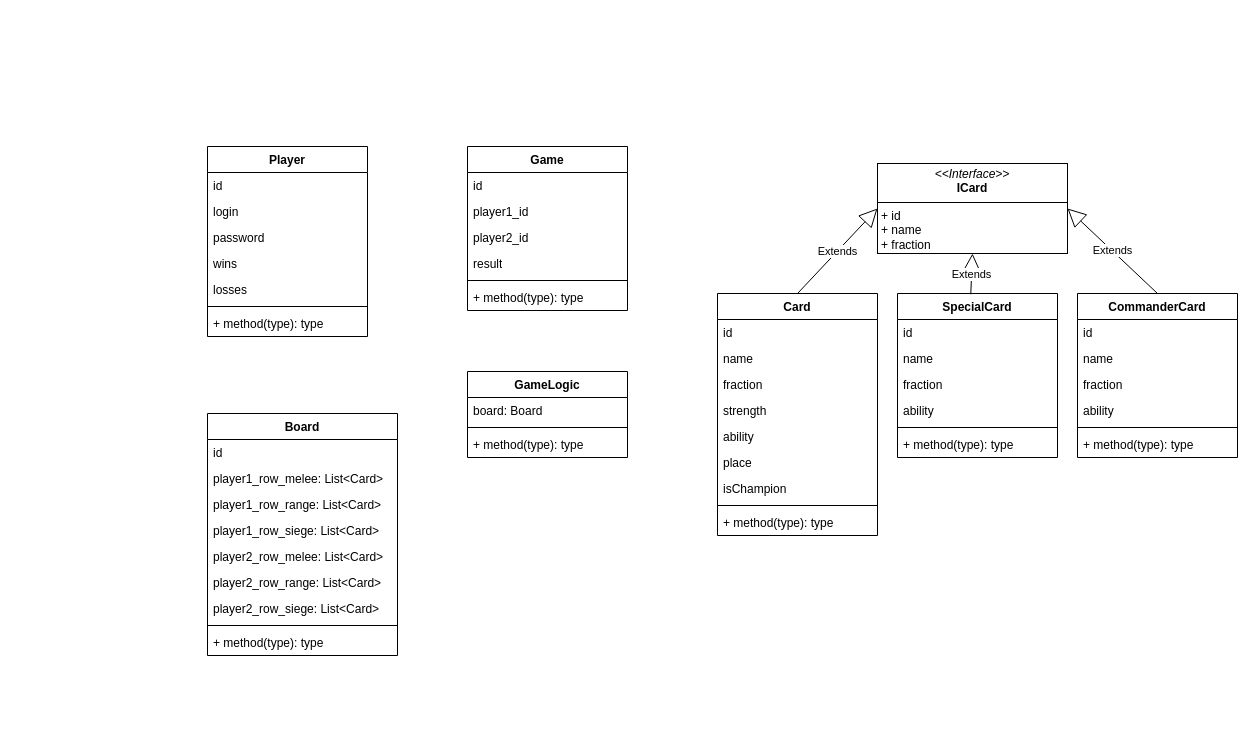
This is DiagramKlasGwint.drawio from Orangunio/Gwint, a draw.io file, before an edit. Source tidied: cells renumbered, new cells numbered last; positions are measured from the earlier drawing's top-left corner, leaving out a move shared by most shapes. Both pictures are drawn from the tidied source at 100%, with x=0, y=0 at pixel (207, 146).
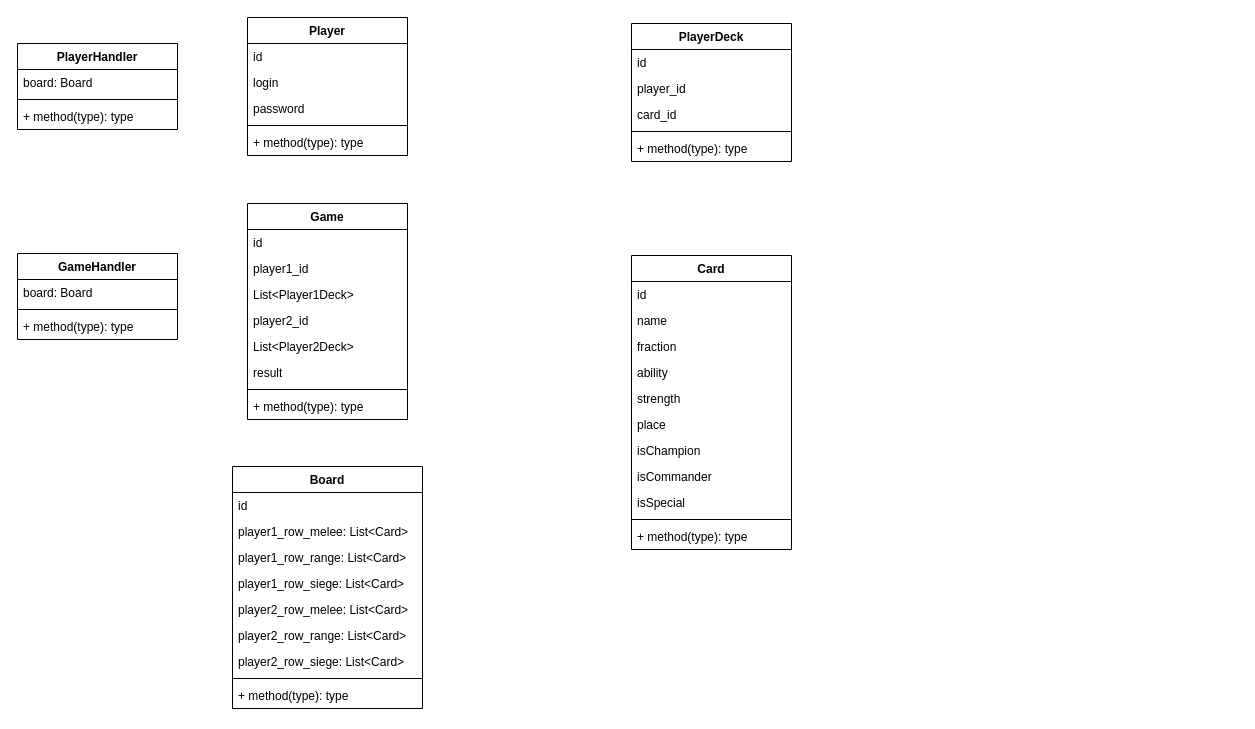
Above is the later version.

The edit, as a diff of the source:
```diff
@@
     <mxCell id="2" value="Player" style="swimlane;fontStyle=1;align=center;verticalAlign=top;horizontal=1;startSize=26;whiteSpace=wrap;html=1;" parent="1" vertex="1">
-      <mxGeometry width="160" height="190" as="geometry" />
+      <mxGeometry x="40" y="-129" width="160" height="138" as="geometry" />
     </mxCell>
@@
-    <mxCell id="6" value="wins" style="text;strokeColor=none;fillColor=none;align=left;verticalAlign=top;spacingLeft=4;spacingRight=4;overflow=hidden;whiteSpace=wrap;html=1;" parent="2" vertex="1">
-      <mxGeometry y="104" width="160" height="26" as="geometry" />
-    </mxCell>
-    <mxCell id="7" value="losses" style="text;strokeColor=none;fillColor=none;align=left;verticalAlign=top;spacingLeft=4;spacingRight=4;overflow=hidden;whiteSpace=wrap;html=1;" parent="2" vertex="1">
-      <mxGeometry y="130" width="160" height="26" as="geometry" />
-    </mxCell>
     <mxCell id="8" style="line;strokeWidth=1;fillColor=none;align=left;verticalAlign=middle;spacingTop=-1;spacingLeft=3;spacingRight=3;labelPosition=right;strokeColor=inherit;" parent="2" vertex="1">
-      <mxGeometry y="156" width="160" height="8" as="geometry" />
+      <mxGeometry y="104" width="160" height="8" as="geometry" />
     </mxCell>
     <mxCell id="9" value="+ method(type): type" style="text;strokeColor=none;fillColor=none;align=left;verticalAlign=top;spacingLeft=4;spacingRight=4;overflow=hidden;whiteSpace=wrap;html=1;" parent="2" vertex="1">
-      <mxGeometry y="164" width="160" height="26" as="geometry" />
+      <mxGeometry y="112" width="160" height="26" as="geometry" />
     </mxCell>
     <mxCell id="10" value="Game" style="swimlane;fontStyle=1;align=center;verticalAlign=top;horizontal=1;startSize=26;whiteSpace=wrap;html=1;" parent="1" vertex="1">
-      <mxGeometry x="260" width="160" height="164" as="geometry" />
+      <mxGeometry x="40" y="57" width="160" height="216" as="geometry" />
     </mxCell>
@@
+    <mxCell id="59" value="List&amp;lt;Player1Deck&amp;gt;" style="text;strokeColor=none;fillColor=none;align=left;verticalAlign=top;spacingLeft=4;spacingRight=4;overflow=hidden;whiteSpace=wrap;html=1;" parent="10" vertex="1">
+      <mxGeometry y="78" width="160" height="26" as="geometry" />
+    </mxCell>
     <mxCell id="13" value="player2_id" style="text;strokeColor=none;fillColor=none;align=left;verticalAlign=top;spacingLeft=4;spacingRight=4;overflow=hidden;whiteSpace=wrap;html=1;" parent="10" vertex="1">
-      <mxGeometry y="78" width="160" height="26" as="geometry" />
+      <mxGeometry y="104" width="160" height="26" as="geometry" />
     </mxCell>
+    <mxCell id="60" value="List&amp;lt;Player2Deck&amp;gt;" style="text;strokeColor=none;fillColor=none;align=left;verticalAlign=top;spacingLeft=4;spacingRight=4;overflow=hidden;whiteSpace=wrap;html=1;" parent="10" vertex="1">
+      <mxGeometry y="130" width="160" height="26" as="geometry" />
+    </mxCell>
     <mxCell id="14" value="result" style="text;strokeColor=none;fillColor=none;align=left;verticalAlign=top;spacingLeft=4;spacingRight=4;overflow=hidden;whiteSpace=wrap;html=1;" parent="10" vertex="1">
-      <mxGeometry y="104" width="160" height="26" as="geometry" />
+      <mxGeometry y="156" width="160" height="26" as="geometry" />
     </mxCell>
     <mxCell id="15" style="line;strokeWidth=1;fillColor=none;align=left;verticalAlign=middle;spacingTop=-1;spacingLeft=3;spacingRight=3;labelPosition=right;strokeColor=inherit;" parent="10" vertex="1">
-      <mxGeometry y="130" width="160" height="8" as="geometry" />
+      <mxGeometry y="182" width="160" height="8" as="geometry" />
     </mxCell>
     <mxCell id="16" value="+ method(type): type" style="text;strokeColor=none;fillColor=none;align=left;verticalAlign=top;spacingLeft=4;spacingRight=4;overflow=hidden;whiteSpace=wrap;html=1;" parent="10" vertex="1">
-      <mxGeometry y="138" width="160" height="26" as="geometry" />
+      <mxGeometry y="190" width="160" height="26" as="geometry" />
     </mxCell>
     <mxCell id="17" value="Card" style="swimlane;fontStyle=1;align=center;verticalAlign=top;horizontal=1;startSize=26;whiteSpace=wrap;html=1;" parent="1" vertex="1">
-      <mxGeometry x="510" y="147" width="160" height="242" as="geometry" />
+      <mxGeometry x="424" y="109" width="160" height="294" as="geometry" />
     </mxCell>
@@
+    <mxCell id="22" value="ability" style="text;strokeColor=none;fillColor=none;align=left;verticalAlign=top;spacingLeft=4;spacingRight=4;overflow=hidden;whiteSpace=wrap;html=1;" parent="17" vertex="1">
+      <mxGeometry y="104" width="160" height="26" as="geometry" />
+    </mxCell>
     <mxCell id="21" value="strength" style="text;strokeColor=none;fillColor=none;align=left;verticalAlign=top;spacingLeft=4;spacingRight=4;overflow=hidden;whiteSpace=wrap;html=1;" parent="17" vertex="1">
-      <mxGeometry y="104" width="160" height="26" as="geometry" />
+      <mxGeometry y="130" width="160" height="26" as="geometry" />
     </mxCell>
-    <mxCell id="22" value="ability" style="text;strokeColor=none;fillColor=none;align=left;verticalAlign=top;spacingLeft=4;spacingRight=4;overflow=hidden;whiteSpace=wrap;html=1;" parent="17" vertex="1">
-      <mxGeometry y="130" width="160" height="26" as="geometry" />
-    </mxCell>
@@
+    <mxCell id="61" value="isCommander" style="text;strokeColor=none;fillColor=none;align=left;verticalAlign=top;spacingLeft=4;spacingRight=4;overflow=hidden;whiteSpace=wrap;html=1;" parent="17" vertex="1">
+      <mxGeometry y="208" width="160" height="26" as="geometry" />
+    </mxCell>
+    <mxCell id="62" value="isSpecial" style="text;strokeColor=none;fillColor=none;align=left;verticalAlign=top;spacingLeft=4;spacingRight=4;overflow=hidden;whiteSpace=wrap;html=1;" parent="17" vertex="1">
+      <mxGeometry y="234" width="160" height="26" as="geometry" />
+    </mxCell>
     <mxCell id="25" style="line;strokeWidth=1;fillColor=none;align=left;verticalAlign=middle;spacingTop=-1;spacingLeft=3;spacingRight=3;labelPosition=right;strokeColor=inherit;" parent="17" vertex="1">
-      <mxGeometry y="208" width="160" height="8" as="geometry" />
+      <mxGeometry y="260" width="160" height="8" as="geometry" />
     </mxCell>
     <mxCell id="26" value="+ method(type): type" style="text;strokeColor=none;fillColor=none;align=left;verticalAlign=top;spacingLeft=4;spacingRight=4;overflow=hidden;whiteSpace=wrap;html=1;" parent="17" vertex="1">
-      <mxGeometry y="216" width="160" height="26" as="geometry" />
+      <mxGeometry y="268" width="160" height="26" as="geometry" />
     </mxCell>
     <mxCell id="27" value="Board" style="swimlane;fontStyle=1;align=center;verticalAlign=top;horizontal=1;startSize=26;whiteSpace=wrap;html=1;" parent="1" vertex="1">
-      <mxGeometry y="267" width="190" height="242" as="geometry" />
+      <mxGeometry x="25" y="320" width="190" height="242" as="geometry" />
     </mxCell>
@@
-    <mxCell id="37" value="&lt;p style=&quot;margin:0px;margin-top:4px;text-align:center;&quot;&gt;&lt;i&gt;&amp;lt;&amp;lt;Interface&amp;gt;&amp;gt;&lt;/i&gt;&lt;br&gt;&lt;b&gt;ICard&lt;/b&gt;&lt;/p&gt;&lt;hr size=&quot;1&quot; style=&quot;border-style:solid;&quot;&gt;&lt;p style=&quot;margin:0px;margin-left:4px;&quot;&gt;+ id&lt;br&gt;+ name&lt;/p&gt;&lt;p style=&quot;margin:0px;margin-left:4px;&quot;&gt;+ fraction&lt;/p&gt;&lt;hr size=&quot;1&quot; style=&quot;border-style:solid;&quot;&gt;&lt;p style=&quot;margin:0px;margin-left:4px;&quot;&gt;&lt;br&gt;&lt;/p&gt;" style="verticalAlign=top;align=left;overflow=fill;html=1;whiteSpace=wrap;" parent="1" vertex="1">
-      <mxGeometry x="670" y="17" width="190" height="90" as="geometry" />
-    </mxCell>
-    <mxCell id="38" value="SpecialCard" style="swimlane;fontStyle=1;align=center;verticalAlign=top;horizontal=1;startSize=26;whiteSpace=wrap;html=1;" parent="1" vertex="1">
-      <mxGeometry x="690" y="147" width="160" height="164" as="geometry" />
-    </mxCell>
-    <mxCell id="39" value="id" style="text;strokeColor=none;fillColor=none;align=left;verticalAlign=top;spacingLeft=4;spacingRight=4;overflow=hidden;whiteSpace=wrap;html=1;" parent="38" vertex="1">
-      <mxGeometry y="26" width="160" height="26" as="geometry" />
-    </mxCell>
-    <mxCell id="40" value="name" style="text;strokeColor=none;fillColor=none;align=left;verticalAlign=top;spacingLeft=4;spacingRight=4;overflow=hidden;whiteSpace=wrap;html=1;" parent="38" vertex="1">
-      <mxGeometry y="52" width="160" height="26" as="geometry" />
-    </mxCell>
-    <mxCell id="41" value="fraction" style="text;strokeColor=none;fillColor=none;align=left;verticalAlign=top;spacingLeft=4;spacingRight=4;overflow=hidden;whiteSpace=wrap;html=1;" parent="38" vertex="1">
-      <mxGeometry y="78" width="160" height="26" as="geometry" />
-    </mxCell>
-    <mxCell id="42" value="ability" style="text;strokeColor=none;fillColor=none;align=left;verticalAlign=top;spacingLeft=4;spacingRight=4;overflow=hidden;whiteSpace=wrap;html=1;" parent="38" vertex="1">
-      <mxGeometry y="104" width="160" height="26" as="geometry" />
-    </mxCell>
-    <mxCell id="43" style="line;strokeWidth=1;fillColor=none;align=left;verticalAlign=middle;spacingTop=-1;spacingLeft=3;spacingRight=3;labelPosition=right;strokeColor=inherit;" parent="38" vertex="1">
-      <mxGeometry y="130" width="160" height="8" as="geometry" />
-    </mxCell>
-    <mxCell id="44" value="+ method(type): type" style="text;strokeColor=none;fillColor=none;align=left;verticalAlign=top;spacingLeft=4;spacingRight=4;overflow=hidden;whiteSpace=wrap;html=1;" parent="38" vertex="1">
-      <mxGeometry y="138" width="160" height="26" as="geometry" />
-    </mxCell>
-    <mxCell id="45" value="CommanderCard" style="swimlane;fontStyle=1;align=center;verticalAlign=top;horizontal=1;startSize=26;whiteSpace=wrap;html=1;" parent="1" vertex="1">
-      <mxGeometry x="870" y="147" width="160" height="164" as="geometry" />
-    </mxCell>
-    <mxCell id="46" value="id" style="text;strokeColor=none;fillColor=none;align=left;verticalAlign=top;spacingLeft=4;spacingRight=4;overflow=hidden;whiteSpace=wrap;html=1;" parent="45" vertex="1">
-      <mxGeometry y="26" width="160" height="26" as="geometry" />
-    </mxCell>
-    <mxCell id="47" value="name" style="text;strokeColor=none;fillColor=none;align=left;verticalAlign=top;spacingLeft=4;spacingRight=4;overflow=hidden;whiteSpace=wrap;html=1;" parent="45" vertex="1">
-      <mxGeometry y="52" width="160" height="26" as="geometry" />
-    </mxCell>
-    <mxCell id="48" value="fraction" style="text;strokeColor=none;fillColor=none;align=left;verticalAlign=top;spacingLeft=4;spacingRight=4;overflow=hidden;whiteSpace=wrap;html=1;" parent="45" vertex="1">
-      <mxGeometry y="78" width="160" height="26" as="geometry" />
-    </mxCell>
-    <mxCell id="49" value="ability" style="text;strokeColor=none;fillColor=none;align=left;verticalAlign=top;spacingLeft=4;spacingRight=4;overflow=hidden;whiteSpace=wrap;html=1;" parent="45" vertex="1">
-      <mxGeometry y="104" width="160" height="26" as="geometry" />
-    </mxCell>
-    <mxCell id="50" style="line;strokeWidth=1;fillColor=none;align=left;verticalAlign=middle;spacingTop=-1;spacingLeft=3;spacingRight=3;labelPosition=right;strokeColor=inherit;" parent="45" vertex="1">
-      <mxGeometry y="130" width="160" height="8" as="geometry" />
-    </mxCell>
-    <mxCell id="51" value="+ method(type): type" style="text;strokeColor=none;fillColor=none;align=left;verticalAlign=top;spacingLeft=4;spacingRight=4;overflow=hidden;whiteSpace=wrap;html=1;" parent="45" vertex="1">
-      <mxGeometry y="138" width="160" height="26" as="geometry" />
-    </mxCell>
-    <mxCell id="52" value="Extends" style="endArrow=block;endSize=16;endFill=0;html=1;rounded=0;entryX=0;entryY=0.5;entryDx=0;entryDy=0;exitX=0.5;exitY=0;exitDx=0;exitDy=0;" parent="1" edge="1" source="17" target="37">
-      <mxGeometry relative="1" as="geometry" />
-    </mxCell>
-    <mxCell id="53" value="Extends" style="endArrow=block;endSize=16;endFill=0;html=1;rounded=0;entryX=0.5;entryY=1;entryDx=0;entryDy=0;exitX=0.458;exitY=0.004;exitDx=0;exitDy=0;exitPerimeter=0;" parent="1" edge="1" source="38" target="37">
-      <mxGeometry relative="1" as="geometry" />
-    </mxCell>
-    <mxCell id="54" value="Extends" style="endArrow=block;endSize=16;endFill=0;html=1;rounded=0;entryX=1;entryY=0.5;entryDx=0;entryDy=0;exitX=0.5;exitY=0;exitDx=0;exitDy=0;" parent="1" edge="1" source="45" target="37">
-      <mxGeometry relative="1" as="geometry" />
-    </mxCell>
-    <mxCell id="55" value="GameLogic" style="swimlane;fontStyle=1;align=center;verticalAlign=top;horizontal=1;startSize=26;whiteSpace=wrap;html=1;" parent="1" vertex="1">
-      <mxGeometry x="260" y="225" width="160" height="86" as="geometry" />
+    <mxCell id="55" value="GameHandler" style="swimlane;fontStyle=1;align=center;verticalAlign=top;horizontal=1;startSize=26;whiteSpace=wrap;html=1;" parent="1" vertex="1">
+      <mxGeometry x="-190" y="107" width="160" height="86" as="geometry" />
     </mxCell>
@@
+    <mxCell id="63" value="PlayerHandler" style="swimlane;fontStyle=1;align=center;verticalAlign=top;horizontal=1;startSize=26;whiteSpace=wrap;html=1;" parent="1" vertex="1">
+      <mxGeometry x="-190" y="-103" width="160" height="86" as="geometry" />
+    </mxCell>
+    <mxCell id="64" value="board: Board" style="text;strokeColor=none;fillColor=none;align=left;verticalAlign=top;spacingLeft=4;spacingRight=4;overflow=hidden;whiteSpace=wrap;html=1;" parent="63" vertex="1">
+      <mxGeometry y="26" width="160" height="26" as="geometry" />
+    </mxCell>
+    <mxCell id="65" style="line;strokeWidth=1;fillColor=none;align=left;verticalAlign=middle;spacingTop=-1;spacingLeft=3;spacingRight=3;labelPosition=right;strokeColor=inherit;" parent="63" vertex="1">
+      <mxGeometry y="52" width="160" height="8" as="geometry" />
+    </mxCell>
+    <mxCell id="66" value="+ method(type): type" style="text;strokeColor=none;fillColor=none;align=left;verticalAlign=top;spacingLeft=4;spacingRight=4;overflow=hidden;whiteSpace=wrap;html=1;" parent="63" vertex="1">
+      <mxGeometry y="60" width="160" height="26" as="geometry" />
+    </mxCell>
+    <mxCell id="67" value="PlayerDeck" style="swimlane;fontStyle=1;align=center;verticalAlign=top;horizontal=1;startSize=26;whiteSpace=wrap;html=1;" parent="1" vertex="1">
+      <mxGeometry x="424" y="-123" width="160" height="138" as="geometry" />
+    </mxCell>
+    <mxCell id="68" value="id" style="text;strokeColor=none;fillColor=none;align=left;verticalAlign=top;spacingLeft=4;spacingRight=4;overflow=hidden;whiteSpace=wrap;html=1;" parent="67" vertex="1">
+      <mxGeometry y="26" width="160" height="26" as="geometry" />
+    </mxCell>
+    <mxCell id="69" value="player_id" style="text;strokeColor=none;fillColor=none;align=left;verticalAlign=top;spacingLeft=4;spacingRight=4;overflow=hidden;whiteSpace=wrap;html=1;" parent="67" vertex="1">
+      <mxGeometry y="52" width="160" height="26" as="geometry" />
+    </mxCell>
+    <mxCell id="70" value="card_id" style="text;strokeColor=none;fillColor=none;align=left;verticalAlign=top;spacingLeft=4;spacingRight=4;overflow=hidden;whiteSpace=wrap;html=1;" parent="67" vertex="1">
+      <mxGeometry y="78" width="160" height="26" as="geometry" />
+    </mxCell>
+    <mxCell id="71" style="line;strokeWidth=1;fillColor=none;align=left;verticalAlign=middle;spacingTop=-1;spacingLeft=3;spacingRight=3;labelPosition=right;strokeColor=inherit;" parent="67" vertex="1">
+      <mxGeometry y="104" width="160" height="8" as="geometry" />
+    </mxCell>
+    <mxCell id="72" value="+ method(type): type" style="text;strokeColor=none;fillColor=none;align=left;verticalAlign=top;spacingLeft=4;spacingRight=4;overflow=hidden;whiteSpace=wrap;html=1;" parent="67" vertex="1">
+      <mxGeometry y="112" width="160" height="26" as="geometry" />
+    </mxCell>
```
